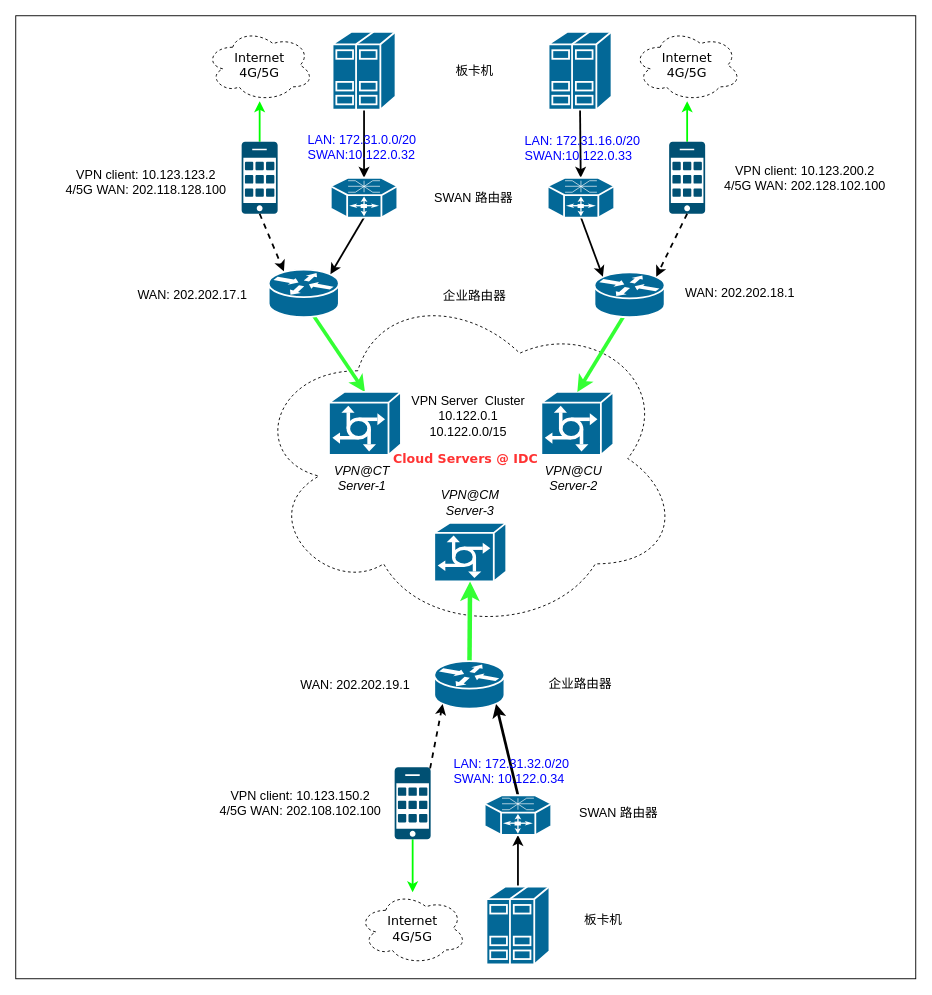
The draw.io diagram Untitled Diagram.drawio in nxtreaming/andy_study, before the edit. Source tidied: cells renumbered, new cells numbered last; positions are measured from the earlier drawing's top-left corner, leaving out a move shared by most shapes. Both pictures are drawn from the tidied source at 90%, with x=0, y=0 at pixel (15, 15).
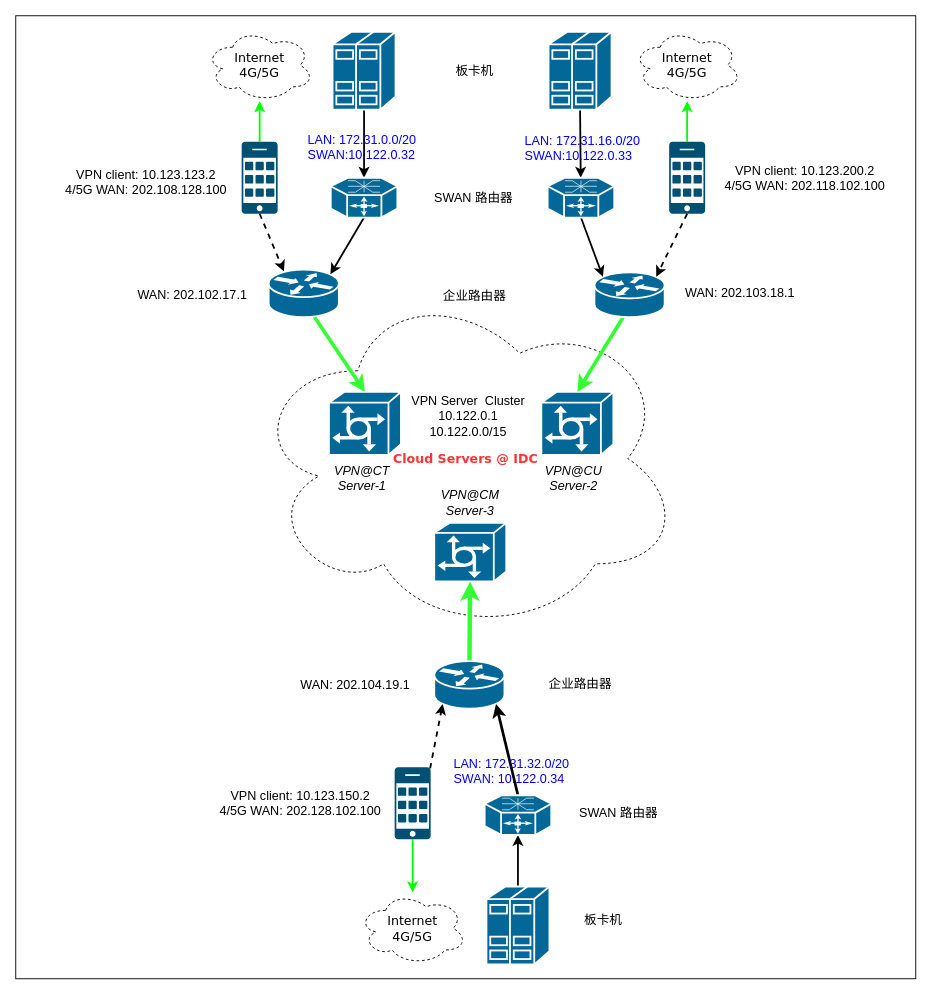
The same page after the edit.

Change to the diagram source:
```diff
@@
-    <mxCell id="39" value="&lt;font style=&quot;font-size: 14px;&quot;&gt;WAN: 202.202.17.1&lt;/font&gt;" style="text;strokeColor=none;align=center;fillColor=none;html=1;verticalAlign=middle;whiteSpace=wrap;rounded=0;" parent="1" vertex="1">
+    <mxCell id="39" value="&lt;font style=&quot;font-size: 14px;&quot;&gt;WAN: 202.102.17.1&lt;/font&gt;" style="text;strokeColor=none;align=center;fillColor=none;html=1;verticalAlign=middle;whiteSpace=wrap;rounded=0;" parent="1" vertex="1">
       <mxGeometry x="129" y="296.8" width="135" height="26.5" as="geometry" />
     </mxCell>
-    <mxCell id="40" value="&lt;font style=&quot;font-size: 14px;&quot;&gt;WAN: 202.202.18.1&lt;/font&gt;" style="text;strokeColor=none;align=center;fillColor=none;html=1;verticalAlign=middle;whiteSpace=wrap;rounded=0;" parent="1" vertex="1">
+    <mxCell id="40" value="&lt;font style=&quot;font-size: 14px;&quot;&gt;WAN: 202.103.18.1&lt;/font&gt;" style="text;strokeColor=none;align=center;fillColor=none;html=1;verticalAlign=middle;whiteSpace=wrap;rounded=0;" parent="1" vertex="1">
       <mxGeometry x="740" y="293.2" width="130" height="28.8" as="geometry" />
     </mxCell>
-    <mxCell id="41" value="&lt;font style=&quot;font-size: 14px;&quot;&gt;WAN: 202.202.19.1&lt;/font&gt;" style="text;strokeColor=none;align=center;fillColor=none;html=1;verticalAlign=middle;whiteSpace=wrap;rounded=0;" parent="1" vertex="1">
+    <mxCell id="41" value="&lt;font style=&quot;font-size: 14px;&quot;&gt;WAN: 202.104.19.1&lt;/font&gt;" style="text;strokeColor=none;align=center;fillColor=none;html=1;verticalAlign=middle;whiteSpace=wrap;rounded=0;" parent="1" vertex="1">
       <mxGeometry x="310" y="728" width="135" height="31" as="geometry" />
     </mxCell>
-    <mxCell id="42" value="&lt;font style=&quot;font-size: 14px;&quot;&gt;VPN client: 10.123.123.2&lt;br&gt;4/5G WAN: 202.118.128.100&lt;br&gt;&lt;/font&gt;" style="text;strokeColor=none;align=center;fillColor=none;html=1;verticalAlign=middle;whiteSpace=wrap;rounded=0;" parent="1" vertex="1">
+    <mxCell id="42" value="&lt;font style=&quot;font-size: 14px;&quot;&gt;VPN client: 10.123.123.2&lt;br&gt;4/5G WAN: 202.108.128.100&lt;br&gt;&lt;/font&gt;" style="text;strokeColor=none;align=center;fillColor=none;html=1;verticalAlign=middle;whiteSpace=wrap;rounded=0;" parent="1" vertex="1">
       <mxGeometry x="46" y="160" width="198" height="50" as="geometry" />
     </mxCell>
-    <mxCell id="43" value="&lt;font style=&quot;font-size: 14px;&quot;&gt;VPN client: 10.123.200.2&lt;br&gt;4/5G WAN: 202.128.102.100&lt;br&gt;&lt;/font&gt;" style="text;strokeColor=none;align=center;fillColor=none;html=1;verticalAlign=middle;whiteSpace=wrap;rounded=0;" parent="1" vertex="1">
+    <mxCell id="43" value="&lt;font style=&quot;font-size: 14px;&quot;&gt;VPN client: 10.123.200.2&lt;br&gt;4/5G WAN: 202.118.102.100&lt;br&gt;&lt;/font&gt;" style="text;strokeColor=none;align=center;fillColor=none;html=1;verticalAlign=middle;whiteSpace=wrap;rounded=0;" parent="1" vertex="1">
       <mxGeometry x="777" y="155" width="200" height="50" as="geometry" />
     </mxCell>
-    <mxCell id="44" value="&lt;font style=&quot;font-size: 14px;&quot;&gt;VPN client: 10.123.150.2&lt;br&gt;4/5G WAN: 202.108.102.100&lt;br&gt;&lt;/font&gt;" style="text;strokeColor=none;align=center;fillColor=none;html=1;verticalAlign=middle;whiteSpace=wrap;rounded=0;" parent="1" vertex="1">
+    <mxCell id="44" value="&lt;font style=&quot;font-size: 14px;&quot;&gt;VPN client: 10.123.150.2&lt;br&gt;4/5G WAN: 202.128.102.100&lt;br&gt;&lt;/font&gt;" style="text;strokeColor=none;align=center;fillColor=none;html=1;verticalAlign=middle;whiteSpace=wrap;rounded=0;" parent="1" vertex="1">
       <mxGeometry x="217" y="850" width="199" height="50.9" as="geometry" />
     </mxCell>
```
